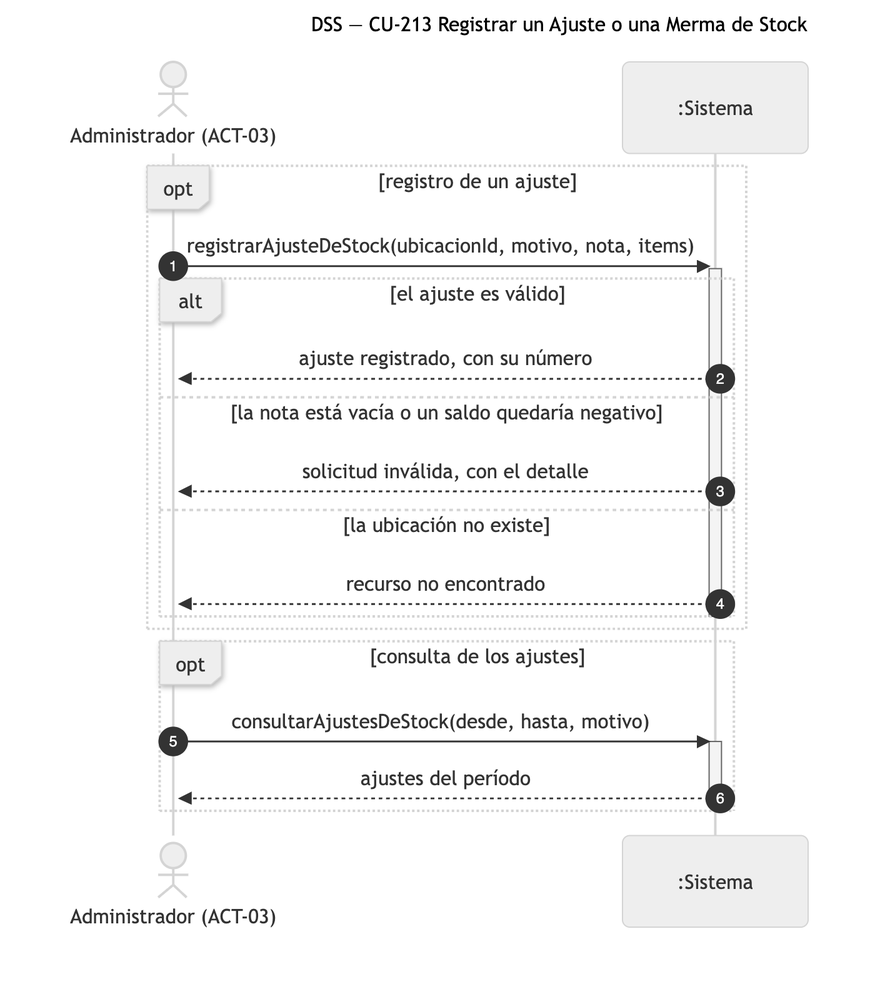
The Mermaid diagram diagramas/png/DSS_CU-213_Registrar-un-Ajuste-o-una-Merma-de-Stock.png in Nahuelito-Dev/splg-docs, before a commit. Its source is kept beside it as diagramas/DSS_CU-213_Registrar-un-Ajuste-o-una-Merma-de-Stock.mmd. Source of this version:
```mermaid
sequenceDiagram
    title DSS — CU-213 Registrar un Ajuste o una Merma de Stock
    autonumber
    actor ADM as Administrador (ACT-03)
    participant SIS as :Sistema

    opt registro de un ajuste
        ADM->>SIS: registrarAjusteDeStock(ubicacionId, motivo, nota, items)
        activate SIS
        alt el ajuste es válido
            SIS-->>ADM: ajuste registrado, con su número
        else la nota está vacía o un saldo quedaría negativo
            SIS-->>ADM: solicitud inválida, con el detalle
        else la ubicación no existe
            SIS-->>ADM: recurso no encontrado
        end
        deactivate SIS
    end

    opt consulta de los ajustes
        ADM->>SIS: consultarAjustesDeStock(desde, hasta, motivo)
        activate SIS
        SIS-->>ADM: ajustes del período
        deactivate SIS
    end
```
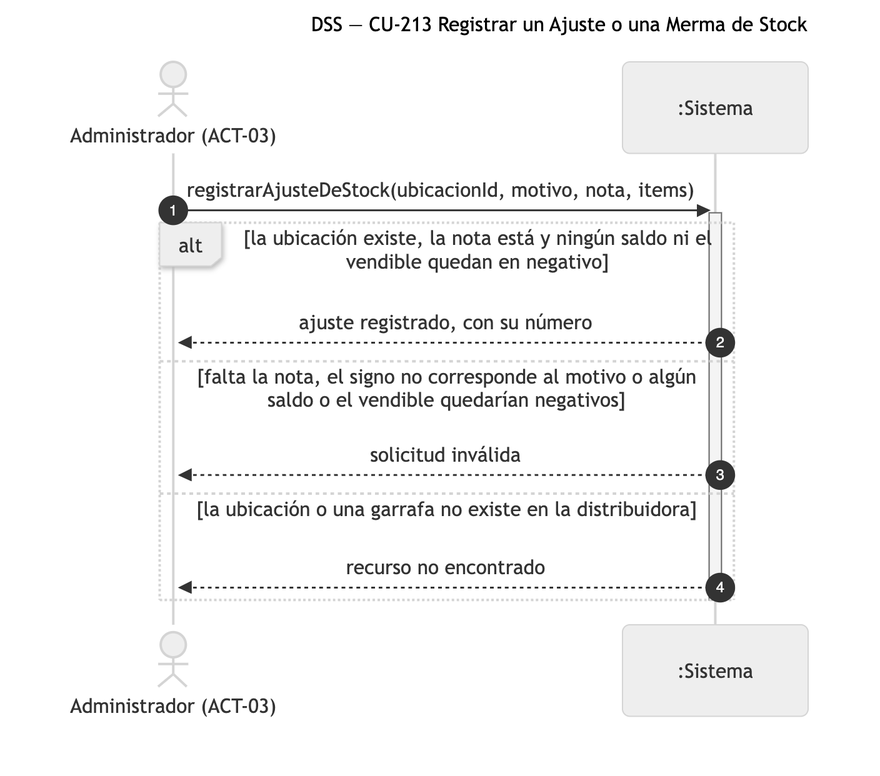
After the commit.

The edit, as a diff of the source:
```diff
@@ -4,22 +4,13 @@
     actor ADM as Administrador (ACT-03)
     participant SIS as :Sistema
 
-    opt registro de un ajuste
-        ADM->>SIS: registrarAjusteDeStock(ubicacionId, motivo, nota, items)
-        activate SIS
-        alt el ajuste es válido
-            SIS-->>ADM: ajuste registrado, con su número
-        else la nota está vacía o un saldo quedaría negativo
-            SIS-->>ADM: solicitud inválida, con el detalle
-        else la ubicación no existe
-            SIS-->>ADM: recurso no encontrado
-        end
-        deactivate SIS
+    ADM->>SIS: registrarAjusteDeStock(ubicacionId, motivo, nota, items)
+    activate SIS
+    alt la ubicación existe, la nota está y ningún saldo ni el vendible quedan en negativo
+        SIS-->>ADM: ajuste registrado, con su número
+    else falta la nota, el signo no corresponde al motivo o algún saldo o el vendible quedarían negativos
+        SIS-->>ADM: solicitud inválida
+    else la ubicación o una garrafa no existe en la distribuidora
+        SIS-->>ADM: recurso no encontrado
     end
-
-    opt consulta de los ajustes
-        ADM->>SIS: consultarAjustesDeStock(desde, hasta, motivo)
-        activate SIS
-        SIS-->>ADM: ajustes del período
-        deactivate SIS
-    end
+    deactivate SIS
```
